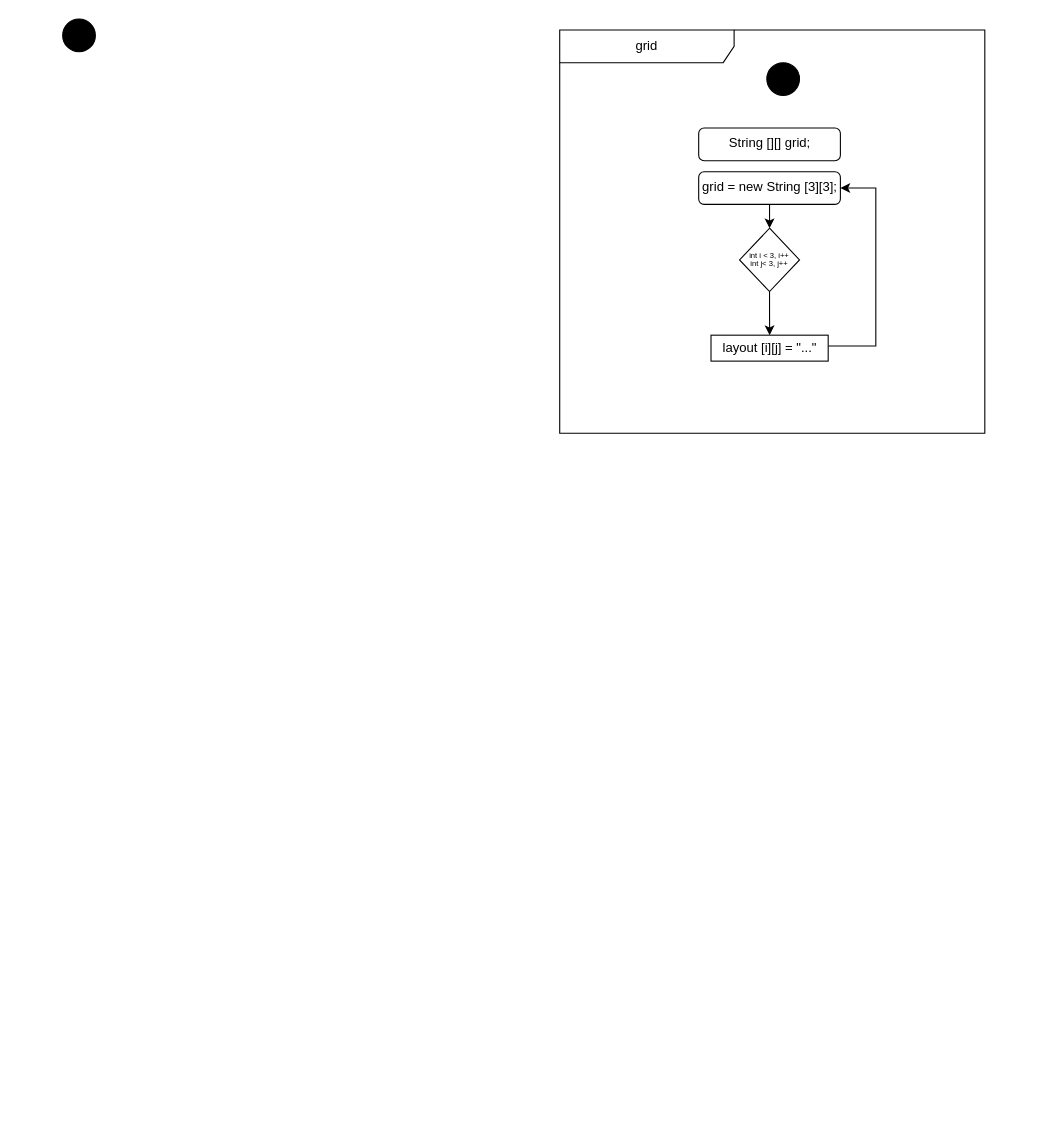
Earlier version of the draw.io diagram LastProject/TicTacToe.drawio (jevshyl/Modul319). Source tidied: cells renumbered, new cells numbered last; positions are measured from the earlier drawing's top-left corner, leaving out a move shared by most shapes. Both pictures are drawn from the tidied source at 109%, with x=0, y=0 at pixel (62, 19).
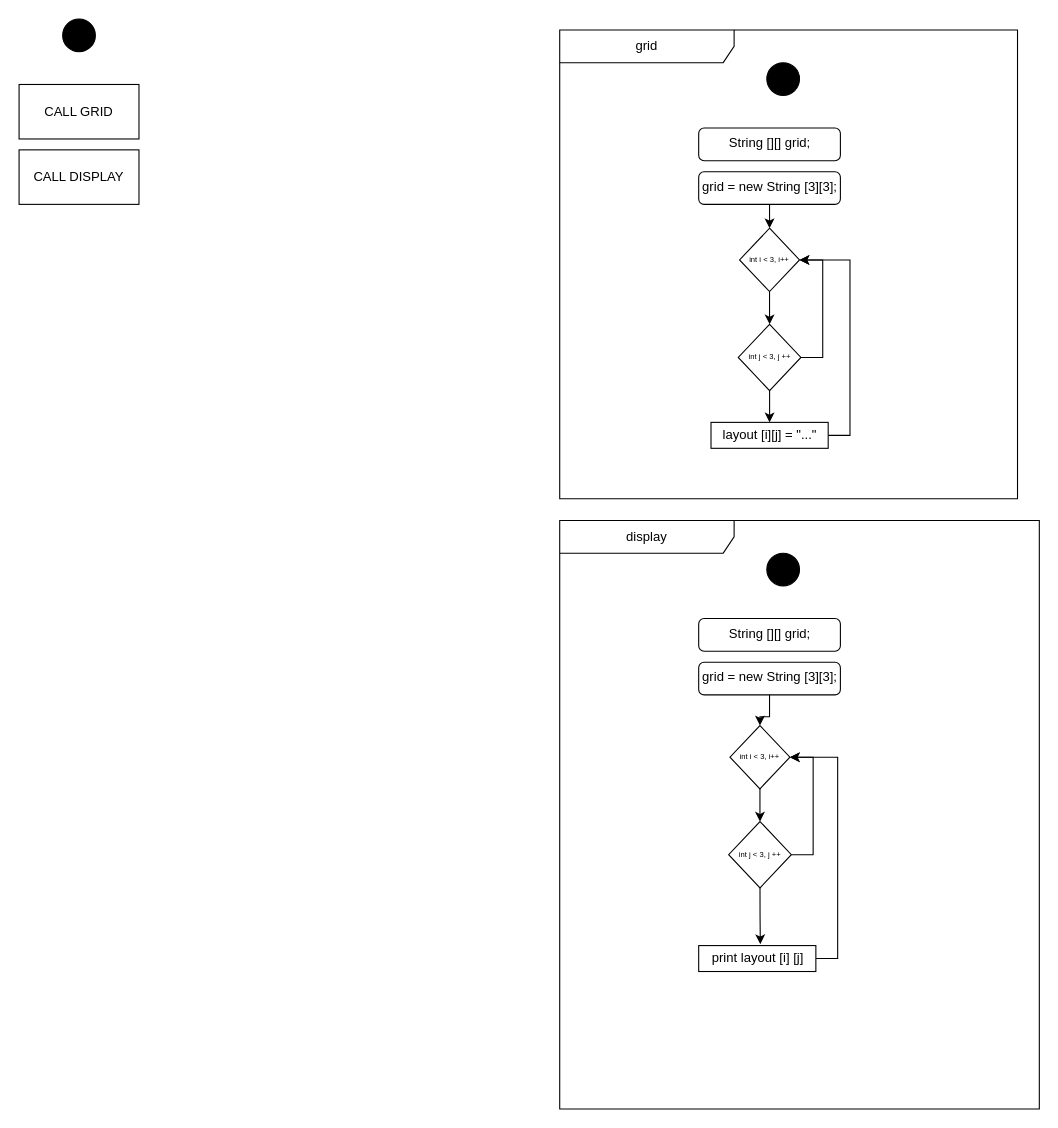
The same diagram, later.

The change refers to these unchanged cells:
```xml
<mxCell id="7" value="grid = new String [3][3];" style="html=1;align=center;verticalAlign=top;rounded=1;absoluteArcSize=1;arcSize=10;dashed=0;whiteSpace=wrap;" parent="3" vertex="1">
  <mxGeometry x="127.5" y="130" width="130" height="30" as="geometry" />
</mxCell>
```

What changed in the source:
```diff
@@
     <mxCell id="3" value="grid" style="shape=umlFrame;whiteSpace=wrap;html=1;width=160;" parent="1" vertex="1">
-      <mxGeometry x="456" y="10" width="390" height="370" as="geometry" />
+      <mxGeometry x="456" y="10" width="420" height="430" as="geometry" />
     </mxCell>
@@
-    <mxCell id="8" style="edgeStyle=orthogonalEdgeStyle;rounded=0;jettySize=auto;html=1;" parent="3" edge="1" source="9" target="11">
-      <mxGeometry relative="1" as="geometry" />
-    </mxCell>
+    <mxCell id="12" style="edgeStyle=orthogonalEdgeStyle;rounded=0;jettySize=auto;html=1;" parent="3" edge="1" source="9" target="14">
+      <mxGeometry relative="1" as="geometry" />
+    </mxCell>
-    <mxCell id="9" value="int i &lt; 3, i++&#10;int j&lt; 3, j++" style="rhombus;fontSize=7;" parent="3" vertex="1">
+    <mxCell id="9" value="int i &lt; 3, i++" style="rhombus;fontSize=7;" parent="3" vertex="1">
       <mxGeometry x="165" y="181.9" width="55" height="58.1" as="geometry" />
     </mxCell>
-    <mxCell id="10" style="edgeStyle=orthogonalEdgeStyle;rounded=0;jettySize=auto;html=1;entryX=1;entryY=0.5;entryDx=0;entryDy=0;" parent="3" edge="1" source="11" target="7">
-      <mxGeometry relative="1" as="geometry">
-        <Array as="points">
-          <mxPoint x="290" y="290" />
-          <mxPoint x="290" y="145" />
-        </Array>
-      </mxGeometry>
-    </mxCell>
+    <mxCell id="13" style="edgeStyle=orthogonalEdgeStyle;rounded=0;jettySize=auto;html=1;exitX=1;exitY=0.5;exitDx=0;exitDy=0;entryX=1;entryY=0.5;entryDx=0;entryDy=0;" parent="3" edge="1" source="14" target="9">
+      <mxGeometry relative="1" as="geometry" />
+    </mxCell>
+    <mxCell id="14" value="int j &amp;lt; 3, j ++" style="rhombus;whiteSpace=wrap;html=1;fontSize=7;" parent="3" vertex="1">
+      <mxGeometry x="163.8" y="270" width="57.5" height="60.9" as="geometry" />
+    </mxCell>
+    <mxCell id="15" style="edgeStyle=orthogonalEdgeStyle;rounded=0;jettySize=auto;html=1;exitX=1;exitY=0.5;exitDx=0;exitDy=0;entryX=1;entryY=0.5;entryDx=0;entryDy=0;" parent="3" edge="1" source="11" target="9">
+      <mxGeometry relative="1" as="geometry" />
+    </mxCell>
     <mxCell id="11" value="layout [i][j] = &quot;...&quot;" style="whiteSpace=wrap;html=1;" parent="3" vertex="1">
-      <mxGeometry x="138.8" y="280" width="107.5" height="23.8" as="geometry" />
+      <mxGeometry x="138.8" y="360" width="107.5" height="23.8" as="geometry" />
     </mxCell>
+    <mxCell id="16" style="edgeStyle=orthogonalEdgeStyle;rounded=0;jettySize=auto;html=1;exitX=0.5;exitY=1;exitDx=0;exitDy=0;entryX=0.5;entryY=0;entryDx=0;entryDy=0;" parent="3" edge="1" source="14" target="11">
+      <mxGeometry relative="1" as="geometry" />
+    </mxCell>
+    <mxCell id="17" value="display" style="shape=umlFrame;whiteSpace=wrap;html=1;width=160;" parent="1" vertex="1">
+      <mxGeometry x="456" y="460" width="440" height="540" as="geometry" />
+    </mxCell>
+    <mxCell id="18" style="ellipse;fillColor=strokeColor;html=1;" parent="17" vertex="1">
+      <mxGeometry x="190" y="30" width="30" height="30" as="geometry" />
+    </mxCell>
+    <mxCell id="19" value="String [][] grid;" style="html=1;align=center;verticalAlign=top;rounded=1;absoluteArcSize=1;arcSize=10;dashed=0;whiteSpace=wrap;" parent="17" vertex="1">
+      <mxGeometry x="127.5" y="90" width="130" height="30" as="geometry" />
+    </mxCell>
+    <mxCell id="20" style="edgeStyle=orthogonalEdgeStyle;rounded=0;jettySize=auto;html=1;entryX=0.5;entryY=0;entryDx=0;entryDy=0;" parent="17" edge="1" source="21" target="23">
+      <mxGeometry relative="1" as="geometry" />
+    </mxCell>
+    <mxCell id="21" value="grid = new String [3][3];" style="html=1;align=center;verticalAlign=top;rounded=1;absoluteArcSize=1;arcSize=10;dashed=0;whiteSpace=wrap;" parent="17" vertex="1">
+      <mxGeometry x="127.5" y="130" width="130" height="30" as="geometry" />
+    </mxCell>
+    <mxCell id="22" style="edgeStyle=orthogonalEdgeStyle;rounded=0;jettySize=auto;html=1;" parent="17" edge="1" source="23" target="25">
+      <mxGeometry relative="1" as="geometry" />
+    </mxCell>
+    <mxCell id="23" value="int i &lt; 3, i++" style="rhombus;fontSize=7;" parent="17" vertex="1">
+      <mxGeometry x="156.2" y="188.1" width="55" height="58.1" as="geometry" />
+    </mxCell>
+    <mxCell id="24" style="edgeStyle=orthogonalEdgeStyle;rounded=0;jettySize=auto;html=1;exitX=1;exitY=0.5;exitDx=0;exitDy=0;entryX=1;entryY=0.5;entryDx=0;entryDy=0;" parent="17" edge="1" source="25" target="23">
+      <mxGeometry relative="1" as="geometry" />
+    </mxCell>
+    <mxCell id="25" value="int j &amp;lt; 3, j ++" style="rhombus;whiteSpace=wrap;html=1;fontSize=7;" parent="17" vertex="1">
+      <mxGeometry x="155" y="276.2" width="57.5" height="60.9" as="geometry" />
+    </mxCell>
+    <mxCell id="26" style="edgeStyle=orthogonalEdgeStyle;rounded=0;jettySize=auto;html=1;exitX=1;exitY=0.5;exitDx=0;exitDy=0;entryX=1;entryY=0.5;entryDx=0;entryDy=0;" parent="17" edge="1" source="28" target="23">
+      <mxGeometry relative="1" as="geometry" />
+    </mxCell>
+    <mxCell id="27" style="edgeStyle=orthogonalEdgeStyle;rounded=0;jettySize=auto;html=1;exitX=0.5;exitY=1;exitDx=0;exitDy=0;entryX=0.526;entryY=-0.052;entryDx=0;entryDy=0;entryPerimeter=0;" parent="17" edge="1" source="25" target="28">
+      <mxGeometry relative="1" as="geometry" />
+    </mxCell>
+    <mxCell id="28" value="print layout [i] [j]" style="whiteSpace=wrap;html=1;" parent="17" vertex="1">
+      <mxGeometry x="127.5" y="390" width="107.5" height="23.8" as="geometry" />
+    </mxCell>
+    <mxCell id="29" value="CALL GRID" style="html=1;whiteSpace=wrap;" parent="1" vertex="1">
+      <mxGeometry x="-40" y="60" width="110" height="50" as="geometry" />
+    </mxCell>
+    <mxCell id="30" value="CALL DISPLAY" style="html=1;whiteSpace=wrap;" parent="1" vertex="1">
+      <mxGeometry x="-40" y="120" width="110" height="50" as="geometry" />
+    </mxCell>
```
